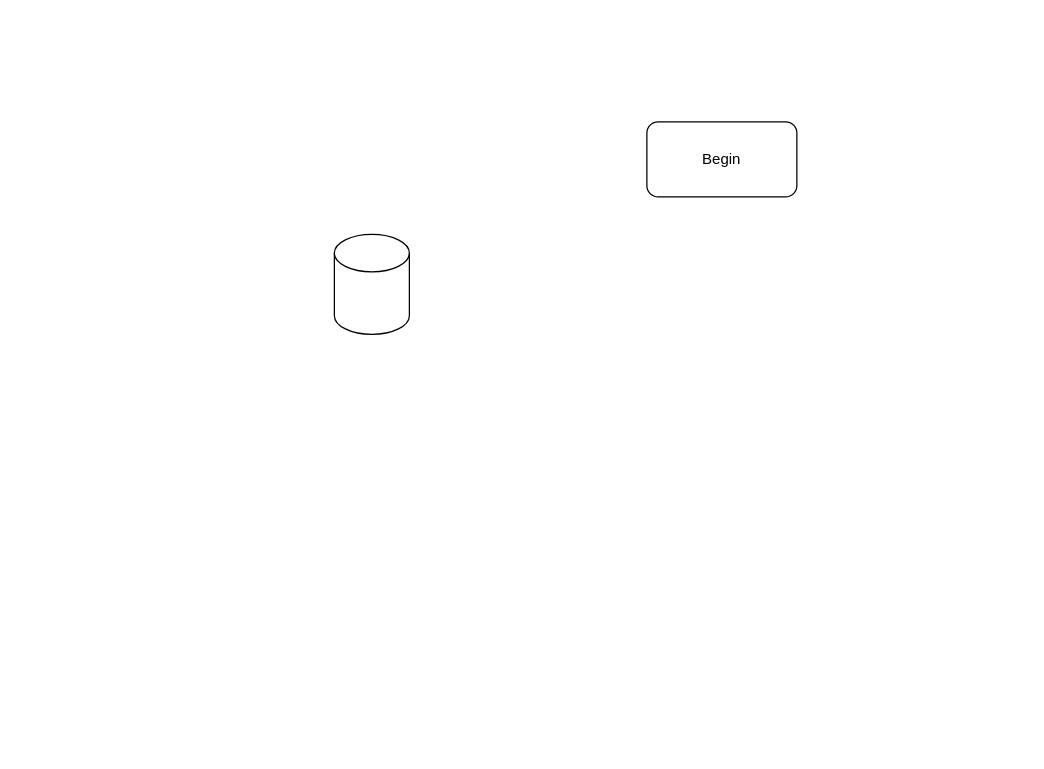
Chaosito/team-two-project keeps this draw.io diagram as Dream2Team.drawio. Above is the earlier version. Source tidied: cells renumbered, new cells numbered last; positions are measured from the earlier drawing's top-left corner, leaving out a move shared by most shapes. Both pictures are drawn from the tidied source at 125%, with x=0, y=0 at pixel (334, 121).
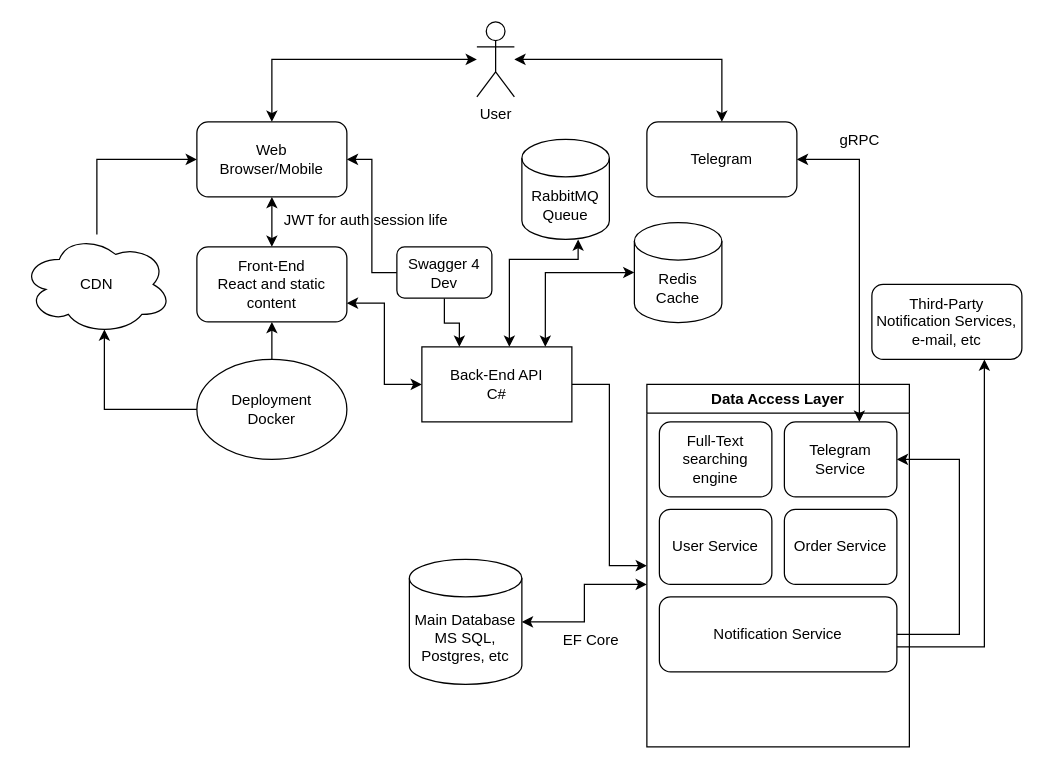
The same page after the edit.

Commit message:
Architecture max design

Diff of the diagram source:
```diff
@@
-    <mxCell id="2" value="Begin" style="rounded=1;whiteSpace=wrap;html=1;" parent="1" vertex="1">
+    <mxCell id="2" value="Telegram" style="rounded=1;whiteSpace=wrap;html=1;" parent="1" vertex="1">
       <mxGeometry x="250" width="120" height="60" as="geometry" />
     </mxCell>
-    <mxCell id="3" style="shape=cylinder3;whiteSpace=wrap;html=1;boundedLbl=1;backgroundOutline=1;size=15;" parent="1" vertex="1">
-      <mxGeometry y="90" width="60" height="80" as="geometry" />
-    </mxCell>
+    <mxCell id="4" style="edgeStyle=orthogonalEdgeStyle;rounded=0;jettySize=auto;html=1;entryX=0.5;entryY=0;entryDx=0;entryDy=0;startArrow=classic;startFill=1;" parent="1" edge="1" source="6" target="7">
+      <mxGeometry relative="1" as="geometry" />
+    </mxCell>
+    <mxCell id="5" style="edgeStyle=orthogonalEdgeStyle;rounded=0;jettySize=auto;html=1;entryX=0.5;entryY=0;entryDx=0;entryDy=0;startArrow=classic;startFill=1;" parent="1" edge="1" source="6" target="2">
+      <mxGeometry relative="1" as="geometry" />
+    </mxCell>
+    <mxCell id="6" value="User" style="shape=umlActor;verticalLabelPosition=bottom;verticalAlign=top;html=1;outlineConnect=0;" parent="1" vertex="1">
+      <mxGeometry x="114" y="-80" width="30" height="60" as="geometry" />
+    </mxCell>
+    <mxCell id="7" value="Web&lt;div&gt;Browser/Mobile&lt;/div&gt;" style="rounded=1;whiteSpace=wrap;html=1;" parent="1" vertex="1">
+      <mxGeometry x="-110" width="120" height="60" as="geometry" />
+    </mxCell>
+    <mxCell id="8" style="edgeStyle=orthogonalEdgeStyle;rounded=0;jettySize=auto;html=1;entryX=0.5;entryY=1;entryDx=0;entryDy=0;startArrow=classic;startFill=1;" parent="1" edge="1" source="9" target="7">
+      <mxGeometry relative="1" as="geometry" />
+    </mxCell>
+    <mxCell id="9" value="&lt;div&gt;Front-End&lt;/div&gt;React and static content" style="rounded=1;whiteSpace=wrap;html=1;" parent="1" vertex="1">
+      <mxGeometry x="-110" y="100" width="120" height="60" as="geometry" />
+    </mxCell>
+    <mxCell id="10" style="edgeStyle=orthogonalEdgeStyle;rounded=0;jettySize=auto;html=1;startArrow=none;startFill=0;" parent="1" edge="1" source="11">
+      <mxGeometry relative="1" as="geometry">
+        <mxPoint x="-110" y="30" as="targetPoint" />
+        <Array as="points">
+          <mxPoint x="-190" y="30" />
+        </Array>
+      </mxGeometry>
+    </mxCell>
+    <mxCell id="11" value="CDN" style="ellipse;shape=cloud;whiteSpace=wrap;html=1;" parent="1" vertex="1">
+      <mxGeometry x="-250" y="90" width="120" height="80" as="geometry" />
+    </mxCell>
+    <mxCell id="12" style="edgeStyle=orthogonalEdgeStyle;rounded=0;jettySize=auto;html=1;entryX=0.5;entryY=1;entryDx=0;entryDy=0;" parent="1" edge="1" source="13" target="9">
+      <mxGeometry relative="1" as="geometry" />
+    </mxCell>
+    <mxCell id="13" value="Deployment&lt;div&gt;Docker&lt;/div&gt;" style="ellipse;whiteSpace=wrap;html=1;" parent="1" vertex="1">
+      <mxGeometry x="-110" y="190" width="120" height="80" as="geometry" />
+    </mxCell>
+    <mxCell id="14" style="edgeStyle=orthogonalEdgeStyle;rounded=0;jettySize=auto;html=1;entryX=0.55;entryY=0.95;entryDx=0;entryDy=0;entryPerimeter=0;startArrow=none;startFill=0;" parent="1" edge="1" source="13" target="11">
+      <mxGeometry relative="1" as="geometry" />
+    </mxCell>
+    <mxCell id="15" value="JWT for auth session life" style="text;html=1;align=center;verticalAlign=middle;strokeColor=none;fillColor=none;" parent="1" vertex="1">
+      <mxGeometry x="-50" y="64" width="150" height="30" as="geometry" />
+    </mxCell>
+    <mxCell id="16" style="edgeStyle=orthogonalEdgeStyle;rounded=0;jettySize=auto;html=1;entryX=1;entryY=0.75;entryDx=0;entryDy=0;startArrow=classic;startFill=1;" parent="1" edge="1" source="19" target="9">
+      <mxGeometry relative="1" as="geometry" />
+    </mxCell>
+    <mxCell id="17" style="edgeStyle=orthogonalEdgeStyle;rounded=0;jettySize=auto;html=1;startArrow=classic;startFill=1;" parent="1" edge="1" source="19" target="20">
+      <mxGeometry relative="1" as="geometry">
+        <Array as="points">
+          <mxPoint x="140" y="110" />
+          <mxPoint x="195" y="110" />
+        </Array>
+      </mxGeometry>
+    </mxCell>
+    <mxCell id="18" style="edgeStyle=orthogonalEdgeStyle;rounded=0;jettySize=auto;html=1;exitX=1;exitY=0.5;exitDx=0;exitDy=0;entryX=0;entryY=0.5;entryDx=0;entryDy=0;" parent="1" edge="1" source="19" target="26">
+      <mxGeometry relative="1" as="geometry" />
+    </mxCell>
+    <mxCell id="19" value="Back-End API&lt;div&gt;C#&lt;/div&gt;" style="rounded=0;whiteSpace=wrap;html=1;" parent="1" vertex="1">
+      <mxGeometry x="70" y="180" width="120" height="60" as="geometry" />
+    </mxCell>
+    <mxCell id="20" value="RabbitMQ&lt;div&gt;Queue&lt;/div&gt;" style="shape=cylinder3;whiteSpace=wrap;html=1;boundedLbl=1;backgroundOutline=1;size=15;" parent="1" vertex="1">
+      <mxGeometry x="150" y="14" width="70" height="80" as="geometry" />
+    </mxCell>
+    <mxCell id="21" value="Redis&lt;div&gt;Cache&lt;/div&gt;" style="shape=cylinder3;whiteSpace=wrap;html=1;boundedLbl=1;backgroundOutline=1;size=15;" parent="1" vertex="1">
+      <mxGeometry x="240" y="80.5" width="70" height="80" as="geometry" />
+    </mxCell>
+    <mxCell id="22" style="edgeStyle=orthogonalEdgeStyle;rounded=0;jettySize=auto;html=1;entryX=0.823;entryY=0;entryDx=0;entryDy=0;entryPerimeter=0;startArrow=classic;startFill=1;" parent="1" edge="1" source="21" target="19">
+      <mxGeometry relative="1" as="geometry" />
+    </mxCell>
+    <mxCell id="23" style="edgeStyle=orthogonalEdgeStyle;rounded=0;jettySize=auto;html=1;exitX=0.5;exitY=1;exitDx=0;exitDy=0;entryX=0.25;entryY=0;entryDx=0;entryDy=0;" parent="1" edge="1" source="25" target="19">
+      <mxGeometry relative="1" as="geometry" />
+    </mxCell>
+    <mxCell id="24" style="edgeStyle=orthogonalEdgeStyle;rounded=0;jettySize=auto;html=1;entryX=1;entryY=0.5;entryDx=0;entryDy=0;" parent="1" edge="1" source="25" target="7">
+      <mxGeometry relative="1" as="geometry" />
+    </mxCell>
+    <mxCell id="25" value="Swagger 4 Dev" style="rounded=1;whiteSpace=wrap;html=1;" parent="1" vertex="1">
+      <mxGeometry x="50" y="100" width="76" height="41" as="geometry" />
+    </mxCell>
+    <mxCell id="26" value="Data Access Layer" style="swimlane;whiteSpace=wrap;html=1;" parent="1" vertex="1">
+      <mxGeometry x="250" y="210" width="210" height="290" as="geometry" />
+    </mxCell>
+    <mxCell id="27" value="Telegram Service" style="rounded=1;whiteSpace=wrap;html=1;" parent="26" vertex="1">
+      <mxGeometry x="110" y="30" width="90" height="60" as="geometry" />
+    </mxCell>
+    <mxCell id="28" value="Full-Text searching engine" style="rounded=1;whiteSpace=wrap;html=1;" parent="26" vertex="1">
+      <mxGeometry x="10" y="30" width="90" height="60" as="geometry" />
+    </mxCell>
+    <mxCell id="29" value="User Service" style="rounded=1;whiteSpace=wrap;html=1;" parent="26" vertex="1">
+      <mxGeometry x="10" y="100" width="90" height="60" as="geometry" />
+    </mxCell>
+    <mxCell id="30" value="Order Service" style="rounded=1;whiteSpace=wrap;html=1;" parent="26" vertex="1">
+      <mxGeometry x="110" y="100" width="90" height="60" as="geometry" />
+    </mxCell>
+    <mxCell id="31" style="edgeStyle=orthogonalEdgeStyle;rounded=0;jettySize=auto;html=1;entryX=1;entryY=0.5;entryDx=0;entryDy=0;" parent="26" edge="1" source="32" target="27">
+      <mxGeometry relative="1" as="geometry">
+        <Array as="points">
+          <mxPoint x="250" y="200" />
+          <mxPoint x="250" y="60" />
+        </Array>
+      </mxGeometry>
+    </mxCell>
+    <mxCell id="32" value="Notification Service" style="rounded=1;whiteSpace=wrap;html=1;" parent="26" vertex="1">
+      <mxGeometry x="10" y="170" width="190" height="60" as="geometry" />
+    </mxCell>
+    <mxCell id="33" style="edgeStyle=orthogonalEdgeStyle;rounded=0;jettySize=auto;html=1;entryX=1;entryY=0.5;entryDx=0;entryDy=0;startArrow=classic;startFill=1;" parent="1" edge="1" target="2">
+      <mxGeometry relative="1" as="geometry">
+        <mxPoint x="420" y="240" as="sourcePoint" />
+        <Array as="points">
+          <mxPoint x="420" y="240" />
+          <mxPoint x="420" y="30" />
+        </Array>
+      </mxGeometry>
+    </mxCell>
+    <mxCell id="34" value="Third-Party Notification Services, e-mail, etc" style="rounded=1;whiteSpace=wrap;html=1;" parent="1" vertex="1">
+      <mxGeometry x="430" y="130" width="120" height="60" as="geometry" />
+    </mxCell>
+    <mxCell id="35" style="edgeStyle=orthogonalEdgeStyle;rounded=0;jettySize=auto;html=1;" parent="1" edge="1" source="32" target="34">
+      <mxGeometry relative="1" as="geometry">
+        <Array as="points">
+          <mxPoint x="520" y="420" />
+        </Array>
+      </mxGeometry>
+    </mxCell>
+    <mxCell id="36" value="Main Database&lt;div&gt;MS SQL, Postgres, etc&lt;/div&gt;" style="shape=cylinder3;whiteSpace=wrap;html=1;boundedLbl=1;backgroundOutline=1;size=15;" parent="1" vertex="1">
+      <mxGeometry x="60" y="350" width="90" height="100" as="geometry" />
+    </mxCell>
+    <mxCell id="37" style="edgeStyle=orthogonalEdgeStyle;rounded=0;jettySize=auto;html=1;entryX=1;entryY=0.5;entryDx=0;entryDy=0;entryPerimeter=0;startArrow=classic;startFill=1;" parent="1" edge="1" source="26" target="36">
+      <mxGeometry relative="1" as="geometry">
+        <Array as="points">
+          <mxPoint x="200" y="370" />
+          <mxPoint x="200" y="400" />
+        </Array>
+      </mxGeometry>
+    </mxCell>
+    <mxCell id="38" value="EF Core" style="text;html=1;align=center;verticalAlign=middle;strokeColor=none;fillColor=none;" parent="1" vertex="1">
+      <mxGeometry x="170" y="400" width="70" height="30" as="geometry" />
+    </mxCell>
+    <mxCell id="39" value="gRPC" style="text;html=1;align=center;verticalAlign=middle;strokeColor=none;fillColor=none;" parent="1" vertex="1">
+      <mxGeometry x="390" width="60" height="30" as="geometry" />
+    </mxCell>
```
